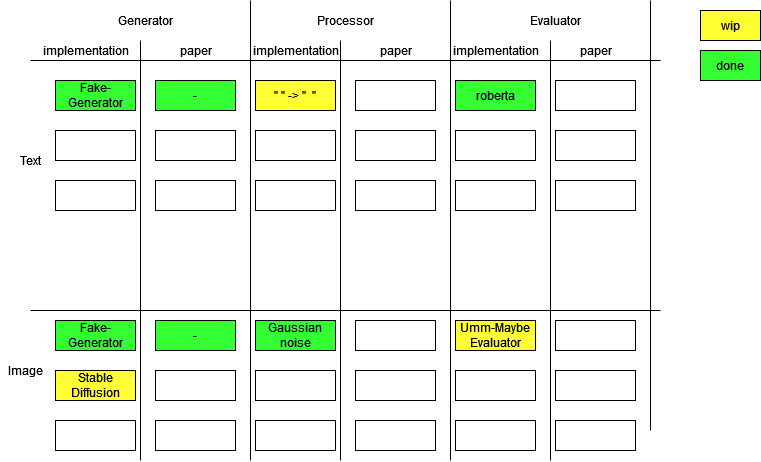
The draw.io diagram documentation/Overview ImplementationPaper.png in Ctrl-Alt-Defeat-Foundation-Models/informatiCup2024, before a commit. Source tidied: cells renumbered, new cells last; positions are measured from the earlier drawing's top-left corner, leaving out a move shared by most shapes.
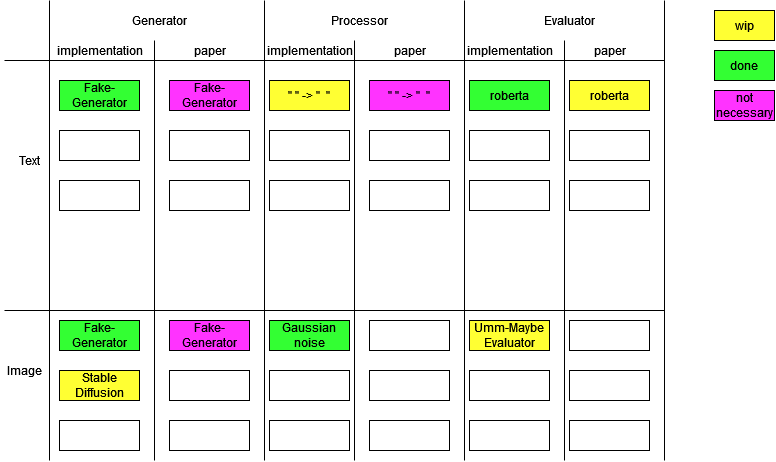
The same file after the commit.

Diff of the diagram source:
```diff
@@ -3,7 +3,7 @@
     <mxCell id="0" />
     <mxCell id="1" parent="0" />
     <mxCell id="2" value="Fake-Generator" style="rounded=0;whiteSpace=wrap;html=1;fillColor=#33FF33;" parent="1" vertex="1">
-      <mxGeometry x="55" y="80" width="80" height="30" as="geometry" />
+      <mxGeometry x="45" y="80" width="80" height="30" as="geometry" />
     </mxCell>
     <mxCell id="3" value="Generator" style="text;html=1;align=center;verticalAlign=middle;strokeColor=none;fillColor=none;" parent="1" vertex="1">
       <mxGeometry x="110" y="10" width="70" height="20" as="geometry" />
@@ -15,12 +15,12 @@
       <mxGeometry x="520" y="10" width="70" height="20" as="geometry" />
     </mxCell>
     <mxCell id="6" style="rounded=0;whiteSpace=wrap;html=1;" parent="1" vertex="1">
-      <mxGeometry x="55" y="130" width="80" height="30" as="geometry" />
+      <mxGeometry x="45" y="130" width="80" height="30" as="geometry" />
     </mxCell>
     <mxCell id="7" style="endArrow=none;html=1;rounded=0;" parent="1" edge="1">
       <mxGeometry relative="1" as="geometry">
-        <mxPoint x="30" y="310" as="sourcePoint" />
-        <mxPoint x="660" y="310" as="targetPoint" />
+        <mxPoint x="-10" y="310" as="sourcePoint" />
+        <mxPoint x="650" y="310" as="targetPoint" />
       </mxGeometry>
     </mxCell>
     <mxCell id="8" style="endArrow=none;html=1;rounded=0;" parent="1" edge="1">
@@ -36,7 +36,7 @@
       </mxGeometry>
     </mxCell>
     <mxCell id="10" style="rounded=0;whiteSpace=wrap;html=1;" parent="1" vertex="1">
-      <mxGeometry x="55" y="180" width="80" height="30" as="geometry" />
+      <mxGeometry x="45" y="180" width="80" height="30" as="geometry" />
     </mxCell>
     <mxCell id="11" value="&quot; &quot; -&amp;gt; &quot;&amp;nbsp; &quot;" style="rounded=0;whiteSpace=wrap;html=1;fillColor=#FFFF33;" parent="1" vertex="1">
       <mxGeometry x="255" y="80" width="80" height="30" as="geometry" />
@@ -57,10 +57,10 @@
       <mxGeometry x="455" y="180" width="80" height="30" as="geometry" />
     </mxCell>
     <mxCell id="17" value="Stable Diffusion" style="rounded=0;whiteSpace=wrap;html=1;fillColor=#FFFF33;" parent="1" vertex="1">
-      <mxGeometry x="55" y="370" width="80" height="30" as="geometry" />
+      <mxGeometry x="45" y="370" width="80" height="30" as="geometry" />
     </mxCell>
     <mxCell id="18" style="rounded=0;whiteSpace=wrap;html=1;" parent="1" vertex="1">
-      <mxGeometry x="55" y="420" width="80" height="30" as="geometry" />
+      <mxGeometry x="45" y="420" width="80" height="30" as="geometry" />
     </mxCell>
     <mxCell id="19" style="rounded=0;whiteSpace=wrap;html=1;" parent="1" vertex="1">
       <mxGeometry x="255" y="370" width="80" height="30" as="geometry" />
@@ -79,8 +79,8 @@
     </mxCell>
     <mxCell id="24" style="endArrow=none;html=1;rounded=0;" parent="1" edge="1">
       <mxGeometry relative="1" as="geometry">
-        <mxPoint x="30" y="60" as="sourcePoint" />
-        <mxPoint x="660" y="60" as="targetPoint" />
+        <mxPoint x="-10" y="60" as="sourcePoint" />
+        <mxPoint x="650" y="60" as="targetPoint" />
       </mxGeometry>
     </mxCell>
     <mxCell id="25" style="endArrow=none;html=1;rounded=0;" parent="1" edge="1">
@@ -103,7 +103,7 @@
     </mxCell>
     <mxCell id="28" style="endArrow=none;html=1;rounded=0;" parent="1" edge="1">
       <mxGeometry relative="1" as="geometry">
-        <mxPoint x="650" y="430" as="sourcePoint" />
+        <mxPoint x="650" y="460" as="sourcePoint" />
         <mxPoint x="650" as="targetPoint" />
       </mxGeometry>
     </mxCell>
@@ -125,7 +125,7 @@
     <mxCell id="34" value="&lt;div&gt;paper&lt;/div&gt;" style="text;html=1;align=center;verticalAlign=middle;strokeColor=none;fillColor=none;" parent="1" vertex="1">
       <mxGeometry x="570" y="40" width="50" height="20" as="geometry" />
     </mxCell>
-    <mxCell id="35" value="-" style="rounded=0;whiteSpace=wrap;html=1;fillColor=#33FF33;" parent="1" vertex="1">
+    <mxCell id="35" value="Fake-Generator" style="rounded=0;whiteSpace=wrap;html=1;fillColor=#FF33FF;" parent="1" vertex="1">
       <mxGeometry x="155" y="80" width="80" height="30" as="geometry" />
     </mxCell>
     <mxCell id="36" style="rounded=0;whiteSpace=wrap;html=1;" parent="1" vertex="1">
@@ -134,7 +134,7 @@
     <mxCell id="37" style="rounded=0;whiteSpace=wrap;html=1;" parent="1" vertex="1">
       <mxGeometry x="155" y="180" width="80" height="30" as="geometry" />
     </mxCell>
-    <mxCell id="38" style="rounded=0;whiteSpace=wrap;html=1;" parent="1" vertex="1">
+    <mxCell id="38" value="&quot; &quot; -&amp;gt; &quot;&amp;nbsp; &quot;" style="rounded=0;whiteSpace=wrap;html=1;fillColor=#FF33FF;" parent="1" vertex="1">
       <mxGeometry x="355" y="80" width="80" height="30" as="geometry" />
     </mxCell>
     <mxCell id="39" style="rounded=0;whiteSpace=wrap;html=1;" parent="1" vertex="1">
@@ -143,7 +143,7 @@
     <mxCell id="40" style="rounded=0;whiteSpace=wrap;html=1;" parent="1" vertex="1">
       <mxGeometry x="355" y="180" width="80" height="30" as="geometry" />
     </mxCell>
-    <mxCell id="41" style="rounded=0;whiteSpace=wrap;html=1;" parent="1" vertex="1">
+    <mxCell id="41" value="roberta" style="rounded=0;whiteSpace=wrap;html=1;fillColor=#FFFF33;" parent="1" vertex="1">
       <mxGeometry x="555" y="80" width="80" height="30" as="geometry" />
     </mxCell>
     <mxCell id="42" style="rounded=0;whiteSpace=wrap;html=1;" parent="1" vertex="1">
@@ -152,7 +152,7 @@
     <mxCell id="43" style="rounded=0;whiteSpace=wrap;html=1;" parent="1" vertex="1">
       <mxGeometry x="555" y="180" width="80" height="30" as="geometry" />
     </mxCell>
-    <mxCell id="44" value="-" style="rounded=0;whiteSpace=wrap;html=1;fillColor=#33FF33;" parent="1" vertex="1">
+    <mxCell id="44" value="Fake-Generator" style="rounded=0;whiteSpace=wrap;html=1;fillColor=#FF33FF;" parent="1" vertex="1">
       <mxGeometry x="155" y="320" width="80" height="30" as="geometry" />
     </mxCell>
     <mxCell id="45" style="rounded=0;whiteSpace=wrap;html=1;" parent="1" vertex="1">
@@ -180,13 +180,13 @@
       <mxGeometry x="555" y="420" width="80" height="30" as="geometry" />
     </mxCell>
     <mxCell id="53" value="Fake-Generator" style="rounded=0;whiteSpace=wrap;html=1;fillColor=#33FF33;" parent="1" vertex="1">
-      <mxGeometry x="55" y="320" width="80" height="30" as="geometry" />
+      <mxGeometry x="45" y="320" width="80" height="30" as="geometry" />
     </mxCell>
     <mxCell id="54" value="Text" style="text;html=1;align=center;verticalAlign=middle;strokeColor=none;fillColor=none;" parent="1" vertex="1">
-      <mxGeometry x="10" y="150" width="40" height="20" as="geometry" />
+      <mxGeometry x="-5" y="150" width="40" height="20" as="geometry" />
     </mxCell>
     <mxCell id="55" value="Image" style="text;html=1;align=center;verticalAlign=middle;strokeColor=none;fillColor=none;" parent="1" vertex="1">
-      <mxGeometry y="360" width="50" height="20" as="geometry" />
+      <mxGeometry x="-15" y="360" width="50" height="20" as="geometry" />
     </mxCell>
     <mxCell id="56" value="wip" style="whiteSpace=wrap;html=1;fillColor=#FFFF33;" parent="1" vertex="1">
       <mxGeometry x="700" y="10" width="60" height="30" as="geometry" />
@@ -197,5 +197,14 @@
     <mxCell id="58" value="Gaussian noise" style="rounded=0;whiteSpace=wrap;html=1;fillColor=#33FF33;" parent="1" vertex="1">
       <mxGeometry x="255" y="320" width="80" height="30" as="geometry" />
     </mxCell>
+    <mxCell id="59" value="&lt;div&gt;not necessary&lt;/div&gt;" style="rounded=0;whiteSpace=wrap;html=1;fillColor=#FF33FF;" parent="1" vertex="1">
+      <mxGeometry x="700" y="90" width="60" height="30" as="geometry" />
+    </mxCell>
+    <mxCell id="60" style="endArrow=none;html=1;rounded=0;" parent="1" edge="1">
+      <mxGeometry relative="1" as="geometry">
+        <mxPoint x="35" y="460" as="sourcePoint" />
+        <mxPoint x="35" as="targetPoint" />
+      </mxGeometry>
+    </mxCell>
   </root>
 </mxGraphModel>
```
